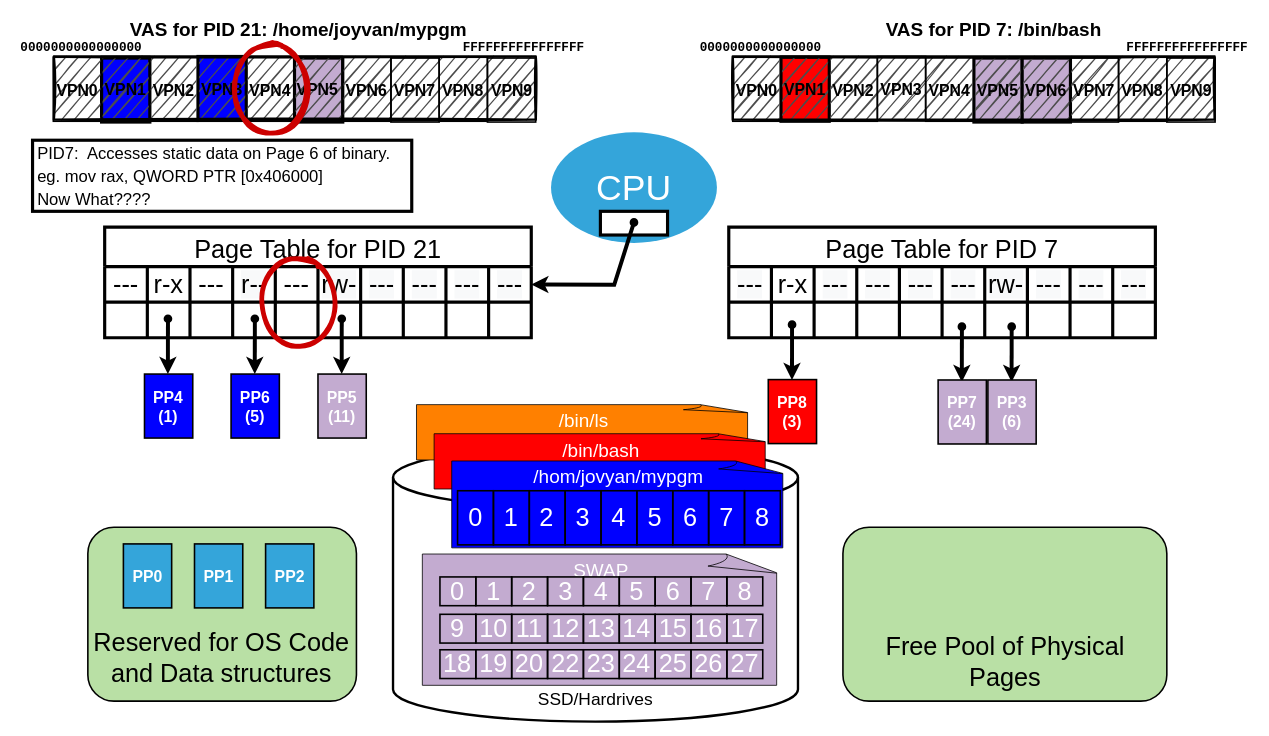
Before: page "Paging-014" (14 of 19) of underthecovers/images/src/VMM.drawio in jappavoo/UndertheCovers, a draw.io diagram. Source tidied: cells renumbered, new cells numbered last; positions are measured from the earlier drawing's top-left corner, leaving out a move shared by most shapes. Both pictures are drawn from the tidied source at 79%, with x=0, y=0 at pixel (13, 13).
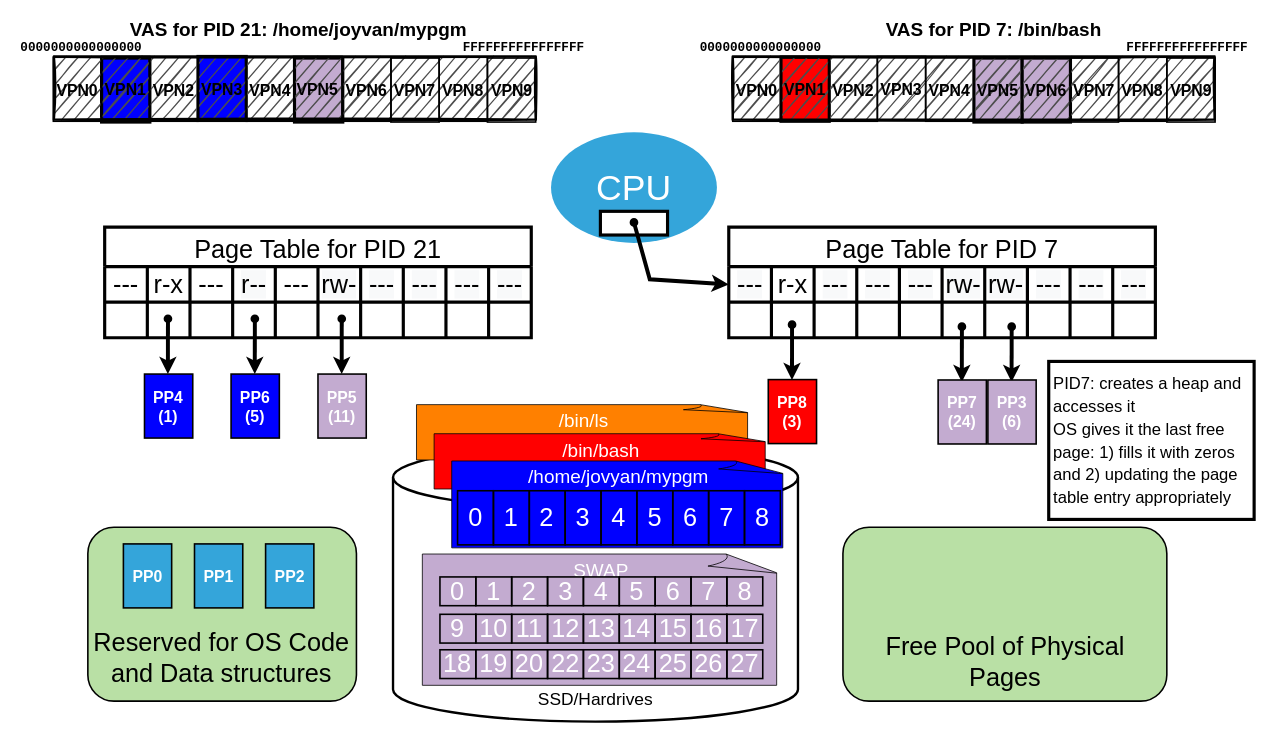
After the change.

The change refers to these unchanged cells:
```xml
<mxCell id="7" style="group;" parent="3" vertex="1">
  <mxGeometry x="74.3" y="20" width="445.7" height="110" as="geometry" />
</mxCell>
<mxCell id="88" style="shape=tableRow;horizontal=0;startSize=0;swimlaneHead=0;swimlaneBody=0;top=0;left=0;bottom=0;right=0;fillColor=none;points=[[0,0.5],[1,0.5]];portConstraint=eastwest;strokeWidth=2;" parent="87" vertex="1">
  <mxGeometry y="50" width="540" height="45" as="geometry" />
</mxCell>
<mxCell id="124" style="shape=tableRow;horizontal=0;startSize=0;swimlaneHead=0;swimlaneBody=0;top=0;left=0;bottom=0;right=0;fillColor=none;strokeWidth=2;" parent="123" vertex="1">
  <mxGeometry y="50" width="540" height="45" as="geometry" />
</mxCell>
```

What changed in the source:
```diff
@@
-    <mxCell id="8" value="/hom/jovyan/mypgm" style="whiteSpace=wrap;html=1;shape=mxgraph.basic.document;fillColor=#0000FF;gradientColor=none;fontSize=24;fontColor=#FFFFFF;verticalAlign=top;" parent="7" vertex="1">
+    <mxCell id="8" value="/home/jovyan/mypgm" style="whiteSpace=wrap;html=1;shape=mxgraph.basic.document;fillColor=#0000FF;gradientColor=none;fontSize=24;fontColor=#FFFFFF;verticalAlign=top;" parent="7" vertex="1">
       <mxGeometry width="423.4" height="110" as="geometry" />
     </mxCell>
@@
-    <mxCell id="58" style="endArrow=classic;html=1;rounded=0;fontSize=24;startArrow=oval;startFill=1;strokeWidth=5;entryX=1;entryY=0.5;entryDx=0;entryDy=0;" parent="1" edge="1" target="88">
-      <mxGeometry relative="1" as="geometry">
-        <mxPoint x="785" y="264" as="sourcePoint" />
-        <Array as="points">
-          <mxPoint x="760" y="343" />
-        </Array>
-      </mxGeometry>
-    </mxCell>
@@
-    <mxCell id="130" value="&lt;span style=&quot;color: rgb(0, 0, 0); font-family: helvetica; font-size: 32px; font-style: normal; font-weight: 400; letter-spacing: normal; text-align: center; text-indent: 0px; text-transform: none; word-spacing: 0px; background-color: rgb(248, 249, 250); display: inline; float: none;&quot;&gt;---&lt;/span&gt;" style="shape=partialRectangle;html=1;whiteSpace=wrap;overflow=hidden;fillColor=none;top=0;left=0;bottom=0;right=0;strokeWidth=2;" parent="124" vertex="1">
+    <mxCell id="130" value="&lt;span style=&quot;color: rgb(0, 0, 0); font-family: helvetica; font-size: 32px; font-style: normal; font-weight: 400; letter-spacing: normal; text-align: center; text-indent: 0px; text-transform: none; word-spacing: 0px; background-color: rgb(248, 249, 250); display: inline; float: none;&quot;&gt;rw-&lt;/span&gt;" style="shape=partialRectangle;html=1;whiteSpace=wrap;overflow=hidden;fillColor=none;top=0;left=0;bottom=0;right=0;strokeWidth=2;" parent="124" vertex="1">
       <mxGeometry x="270" width="54" height="45" as="geometry" />
     </mxCell>
@@
-    <mxCell id="158" value="&lt;span style=&quot;font-size: 21px;&quot;&gt;PID7:&amp;nbsp; Accesses&amp;nbsp;static data on Page 6 of binary.&amp;nbsp; eg. mov rax, QWORD PTR [0x406000]&lt;br&gt;Now What????&lt;br&gt;&lt;/span&gt;" style="rounded=0;whiteSpace=wrap;html=1;strokeWidth=4;fontSize=24;align=left;spacingLeft=4;spacingRight=3;" parent="1" vertex="1">
-      <mxGeometry x="23.7" y="160" width="480" height="90" as="geometry" />
+    <mxCell id="158" value="&lt;span style=&quot;font-size: 21px;&quot;&gt;PID7: creates a heap and accesses it&lt;br&gt;OS gives it the last free page: 1) fills it with zeros and 2)&amp;nbsp;updating the page table entry appropriately&lt;br&gt;&lt;/span&gt;" style="rounded=0;whiteSpace=wrap;html=1;strokeWidth=4;fontSize=24;align=left;spacingLeft=4;spacingRight=3;" parent="1" vertex="1">
+      <mxGeometry x="1310" y="440" width="260" height="200" as="geometry" />
     </mxCell>
-    <mxCell id="159" style="ellipse;whiteSpace=wrap;html=1;fillStyle=auto;strokeColor=#CC0000;strokeWidth=6;fontSize=32;fontColor=#FFFFFF;fillColor=none;gradientColor=default;sketch=1;" parent="1" vertex="1">
-      <mxGeometry x="280" y="40" width="90" height="110" as="geometry" />
-    </mxCell>
-    <mxCell id="160" style="ellipse;whiteSpace=wrap;html=1;fillStyle=auto;strokeColor=#CC0000;strokeWidth=6;fontSize=32;fontColor=#FFFFFF;fillColor=none;gradientColor=default;sketch=1;" parent="1" vertex="1">
-      <mxGeometry x="315" y="310" width="90" height="110" as="geometry" />
-    </mxCell>
+    <mxCell id="161" style="endArrow=classic;html=1;rounded=0;fontSize=24;startArrow=oval;startFill=1;strokeWidth=5;entryX=0;entryY=0.5;entryDx=0;entryDy=0;" parent="1" edge="1">
+      <mxGeometry relative="1" as="geometry">
+        <mxPoint x="785" y="264" as="sourcePoint" />
+        <mxPoint x="905" y="342.5" as="targetPoint" />
+        <Array as="points">
+          <mxPoint x="805" y="336" />
+        </Array>
+      </mxGeometry>
+    </mxCell>
```
